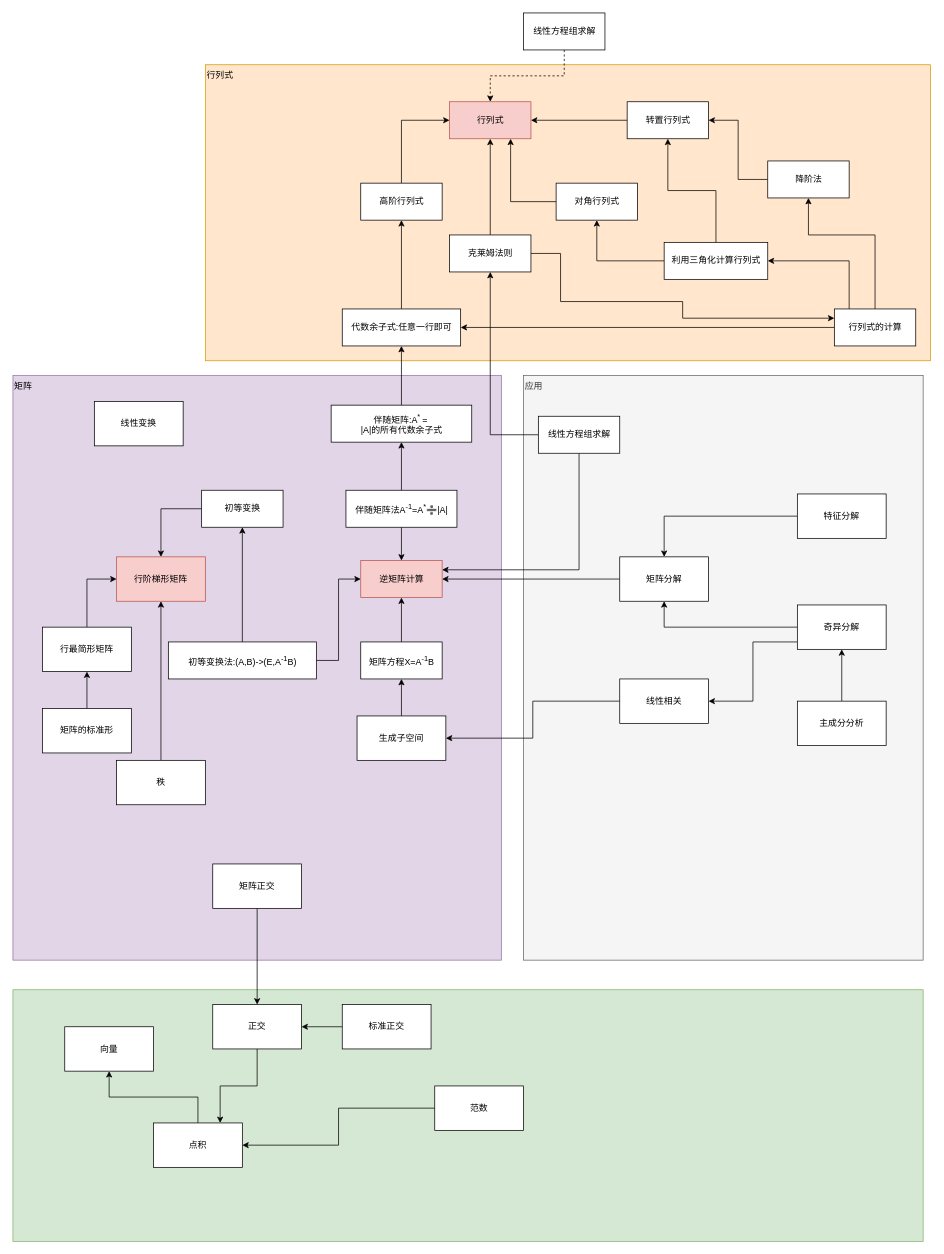
Above: liner_algebra.drawio in brendonlin/myflowchart (draw.io), before the change. Source tidied: cells renumbered, new cells numbered last; positions are measured from the earlier drawing's top-left corner, leaving out a move shared by most shapes. Both pictures are drawn from the tidied source at 74%, with x=0, y=0 at pixel (13, 13).
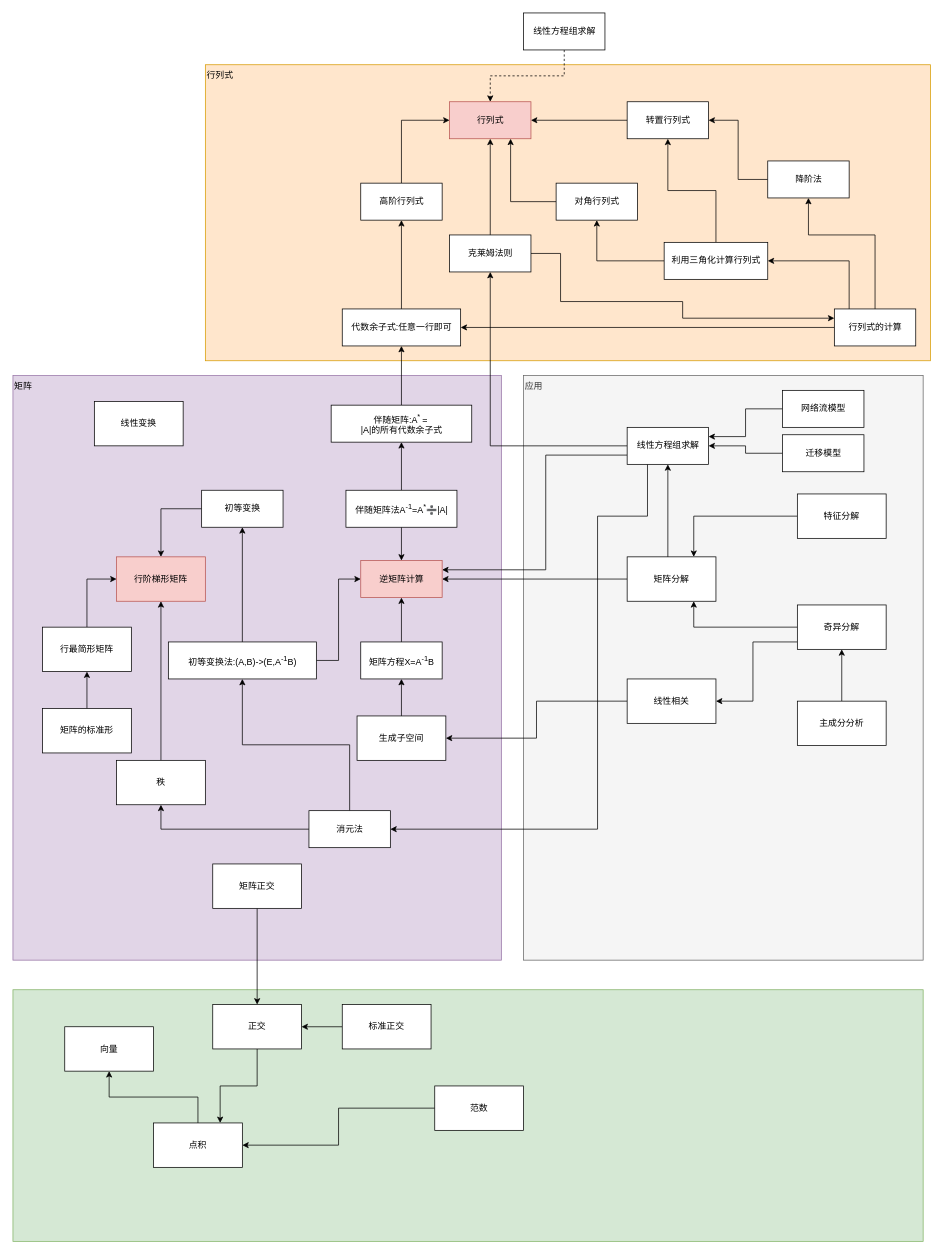
Above is the later version.

Unchanged cells that the change refers to:
```xml
<mxCell id="28" value="逆矩阵计算" style="html=1;fillColor=#f8cecc;strokeColor=#b85450;" parent="1" vertex="1">
  <mxGeometry x="470" y="740" width="110" height="50" as="geometry" />
</mxCell>
<mxCell id="44" value="初等变换法:(A,B)-&amp;gt;(E,A&lt;sup&gt;-1&lt;/sup&gt;B)" style="html=1;align=center;" parent="1" vertex="1">
  <mxGeometry x="210" y="850" width="200" height="50" as="geometry" />
</mxCell>
<mxCell id="46" value="秩" style="rounded=0;whiteSpace=wrap;html=1;" parent="1" vertex="1">
  <mxGeometry x="140" y="1010" width="120" height="60" as="geometry" />
</mxCell>
<mxCell id="59" value="特征分解" style="rounded=0;whiteSpace=wrap;html=1;align=center;" parent="1" vertex="1">
  <mxGeometry x="1060" y="650" width="120" height="60" as="geometry" />
</mxCell>
<mxCell id="62" value="奇异分解" style="rounded=0;whiteSpace=wrap;html=1;align=center;" parent="1" vertex="1">
  <mxGeometry x="1060" y="800" width="120" height="60" as="geometry" />
</mxCell>
```

Diff of the diagram source:
```diff
@@
-    <mxCell id="36" style="edgeStyle=orthogonalEdgeStyle;rounded=0;jettySize=auto;html=1;exitX=0.5;exitY=1;exitDx=0;exitDy=0;entryX=1;entryY=0.25;entryDx=0;entryDy=0;" parent="1" edge="1" source="37" target="28">
+    <mxCell id="36" style="edgeStyle=orthogonalEdgeStyle;rounded=0;jettySize=auto;html=1;exitX=0;exitY=0.75;exitDx=0;exitDy=0;entryX=1;entryY=0.25;entryDx=0;entryDy=0;" parent="1" edge="1" source="37" target="28">
       <mxGeometry relative="1" as="geometry">
         <Array as="points">
-          <mxPoint x="765" y="753" />
+          <mxPoint x="720" y="598" />
+          <mxPoint x="720" y="752" />
         </Array>
       </mxGeometry>
     </mxCell>
+    <mxCell id="77" style="edgeStyle=orthogonalEdgeStyle;rounded=0;jettySize=auto;html=1;entryX=1;entryY=0.5;entryDx=0;entryDy=0;exitX=0.25;exitY=1;exitDx=0;exitDy=0;" parent="1" edge="1" source="37" target="81">
+      <mxGeometry relative="1" as="geometry">
+        <Array as="points">
+          <mxPoint x="858" y="680" />
+          <mxPoint x="790" y="680" />
+          <mxPoint x="790" y="1103" />
+        </Array>
+      </mxGeometry>
+    </mxCell>
     <mxCell id="37" value="线性方程组求解" style="html=1;" parent="1" vertex="1">
-      <mxGeometry x="710" y="545" width="110" height="50" as="geometry" />
+      <mxGeometry x="830" y="560" width="110" height="50" as="geometry" />
     </mxCell>
@@
     <mxCell id="55" value="矩阵分解" style="rounded=0;whiteSpace=wrap;html=1;align=center;" parent="1" vertex="1">
-      <mxGeometry x="820" y="735" width="120" height="60" as="geometry" />
+      <mxGeometry x="830" y="735" width="120" height="60" as="geometry" />
     </mxCell>
@@
     <mxCell id="57" value="线性相关" style="rounded=0;whiteSpace=wrap;html=1;align=center;" parent="1" vertex="1">
-      <mxGeometry x="820" y="900" width="120" height="60" as="geometry" />
+      <mxGeometry x="830" y="900" width="120" height="60" as="geometry" />
     </mxCell>
-    <mxCell id="58" style="edgeStyle=orthogonalEdgeStyle;rounded=0;jettySize=auto;html=1;entryX=0.5;entryY=0;entryDx=0;entryDy=0;" parent="1" edge="1" source="59" target="55">
+    <mxCell id="58" style="edgeStyle=orthogonalEdgeStyle;rounded=0;jettySize=auto;html=1;entryX=0.75;entryY=0;entryDx=0;entryDy=0;" parent="1" edge="1" source="59" target="55">
       <mxGeometry relative="1" as="geometry" />
     </mxCell>
+    <mxCell id="78" style="edgeStyle=orthogonalEdgeStyle;rounded=0;jettySize=auto;html=1;entryX=0.5;entryY=1;entryDx=0;entryDy=0;" parent="1" edge="1" target="37">
+      <mxGeometry relative="1" as="geometry">
+        <mxPoint x="885" y="735" as="sourcePoint" />
+        <Array as="points">
+          <mxPoint x="885" y="735" />
+        </Array>
+      </mxGeometry>
+    </mxCell>
@@
-    <mxCell id="60" style="edgeStyle=orthogonalEdgeStyle;rounded=0;jettySize=auto;html=1;entryX=0.5;entryY=1;entryDx=0;entryDy=0;" parent="1" edge="1" source="62" target="55">
+    <mxCell id="60" style="edgeStyle=orthogonalEdgeStyle;rounded=0;jettySize=auto;html=1;entryX=0.75;entryY=1;entryDx=0;entryDy=0;" parent="1" edge="1" source="62" target="55">
       <mxGeometry relative="1" as="geometry">
         <Array as="points">
-          <mxPoint x="880" y="830" />
+          <mxPoint x="920" y="830" />
         </Array>
       </mxGeometry>
     </mxCell>
@@
+    <mxCell id="79" style="edgeStyle=orthogonalEdgeStyle;rounded=0;jettySize=auto;html=1;entryX=0.5;entryY=1;entryDx=0;entryDy=0;" parent="1" edge="1" source="81" target="44">
+      <mxGeometry relative="1" as="geometry" />
+    </mxCell>
+    <mxCell id="80" style="edgeStyle=orthogonalEdgeStyle;rounded=0;jettySize=auto;html=1;" parent="1" edge="1" source="81" target="46">
+      <mxGeometry relative="1" as="geometry" />
+    </mxCell>
+    <mxCell id="81" value="消元法" style="html=1;" parent="1" vertex="1">
+      <mxGeometry x="400" y="1078" width="110" height="50" as="geometry" />
+    </mxCell>
+    <mxCell id="82" style="edgeStyle=orthogonalEdgeStyle;rounded=0;jettySize=auto;html=1;entryX=1;entryY=0.25;entryDx=0;entryDy=0;" parent="1" edge="1" source="83" target="37">
+      <mxGeometry relative="1" as="geometry" />
+    </mxCell>
+    <mxCell id="83" value="网络流模型" style="html=1;" parent="1" vertex="1">
+      <mxGeometry x="1040" y="510" width="110" height="50" as="geometry" />
+    </mxCell>
+    <mxCell id="84" style="edgeStyle=orthogonalEdgeStyle;rounded=0;jettySize=auto;html=1;" parent="1" edge="1" source="85" target="37">
+      <mxGeometry relative="1" as="geometry" />
+    </mxCell>
+    <mxCell id="85" value="迁移模型" style="html=1;" parent="1" vertex="1">
+      <mxGeometry x="1040" y="570" width="110" height="50" as="geometry" />
+    </mxCell>
```
